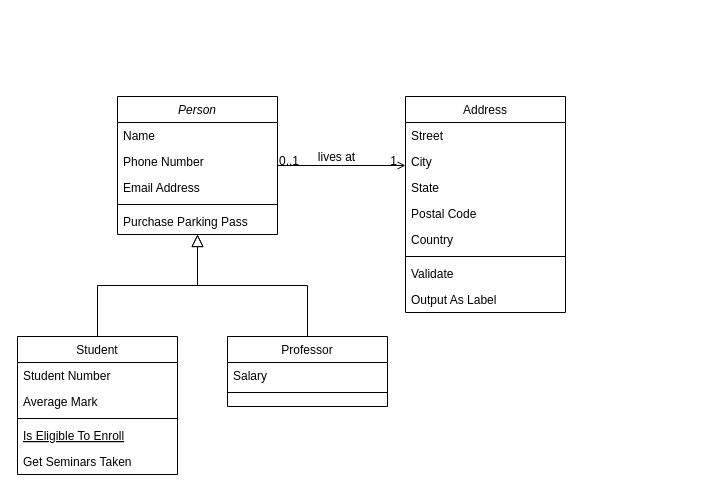
This is Untitled Diagram.drawio from morsy777/discrete-task, a draw.io file, before an edit. Source tidied: cells renumbered, new cells numbered last; positions are measured from the earlier drawing's top-left corner, leaving out a move shared by most shapes. Both pictures are drawn from the tidied source at 100%, with x=0, y=0 at pixel (17, 96).
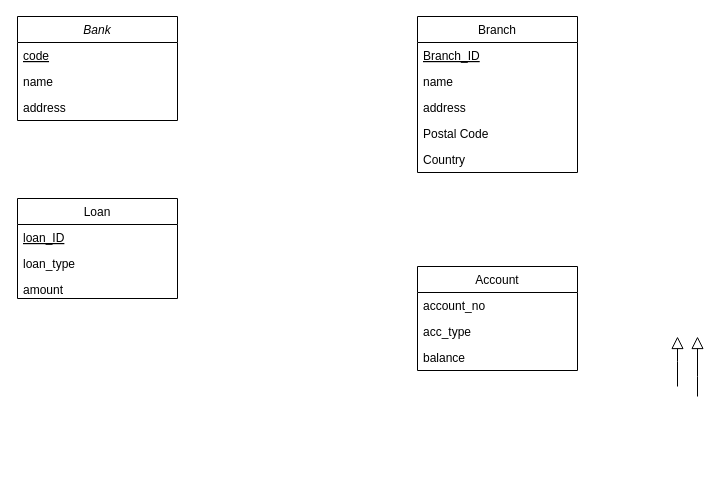
The same page after the edit.

The edit, as a diff of the source:
```diff
@@
-    <mxCell id="2" value="Person" style="swimlane;fontStyle=2;align=center;verticalAlign=top;horizontal=1;startSize=26;rounded=0;shadow=0;strokeWidth=1;" parent="1" vertex="1">
-      <mxGeometry x="100" width="160" height="138" as="geometry" />
+    <mxCell id="2" value="Bank" style="swimlane;fontStyle=2;align=center;verticalAlign=top;horizontal=1;startSize=26;rounded=0;shadow=0;strokeWidth=1;gradientColor=none;swimlaneFillColor=default;fontSize=12;" parent="1" vertex="1">
+      <mxGeometry y="-80" width="160" height="104" as="geometry" />
     </mxCell>
-    <mxCell id="3" value="Name" style="text;align=left;verticalAlign=top;spacingLeft=4;spacingRight=4;overflow=hidden;" parent="2" vertex="1">
+    <mxCell id="3" value="code" style="text;align=left;verticalAlign=top;spacingLeft=4;spacingRight=4;overflow=hidden;fontStyle=4;" parent="2" vertex="1">
       <mxGeometry y="26" width="160" height="26" as="geometry" />
     </mxCell>
-    <mxCell id="4" value="Phone Number" style="text;align=left;verticalAlign=top;spacingLeft=4;spacingRight=4;overflow=hidden;rounded=0;shadow=0;html=0;" parent="2" vertex="1">
+    <mxCell id="4" value="name" style="text;align=left;verticalAlign=top;spacingLeft=4;spacingRight=4;overflow=hidden;rounded=0;shadow=0;html=0;" parent="2" vertex="1">
       <mxGeometry y="52" width="160" height="26" as="geometry" />
     </mxCell>
-    <mxCell id="5" value="Email Address" style="text;align=left;verticalAlign=top;spacingLeft=4;spacingRight=4;overflow=hidden;rounded=0;shadow=0;html=0;" parent="2" vertex="1">
-      <mxGeometry y="78" width="160" height="26" as="geometry" />
-    </mxCell>
-    <mxCell id="6" style="line;html=1;strokeWidth=1;align=left;verticalAlign=middle;spacingTop=-1;spacingLeft=3;spacingRight=3;labelPosition=right;" parent="2" vertex="1">
-      <mxGeometry y="104" width="160" height="8" as="geometry" />
-    </mxCell>
-    <mxCell id="7" value="Purchase Parking Pass" style="text;align=left;verticalAlign=top;spacingLeft=4;spacingRight=4;overflow=hidden;" parent="2" vertex="1">
-      <mxGeometry y="112" width="160" height="26" as="geometry" />
-    </mxCell>
+    <mxCell id="32" value="address" style="text;align=left;verticalAlign=top;spacingLeft=4;spacingRight=4;overflow=hidden;rounded=0;shadow=0;html=0;" parent="2" vertex="1">
+      <mxGeometry y="78" width="160" height="26" as="geometry" />
+    </mxCell>
-    <mxCell id="8" value="Student" style="swimlane;fontStyle=0;align=center;verticalAlign=top;horizontal=1;startSize=26;rounded=0;shadow=0;strokeWidth=1;" parent="1" vertex="1">
-      <mxGeometry y="240" width="160" height="138" as="geometry" />
+    <mxCell id="8" value="Loan" style="swimlane;fontStyle=0;align=center;verticalAlign=top;horizontal=1;startSize=26;rounded=0;shadow=0;strokeWidth=1;swimlaneFillColor=default;strokeColor=#000000;" parent="1" vertex="1">
+      <mxGeometry y="102" width="160" height="100" as="geometry" />
     </mxCell>
-    <mxCell id="9" value="Student Number" style="text;align=left;verticalAlign=top;spacingLeft=4;spacingRight=4;overflow=hidden;" parent="8" vertex="1">
+    <mxCell id="9" value="loan_ID" style="text;align=left;verticalAlign=top;spacingLeft=4;spacingRight=4;overflow=hidden;fontStyle=4;" parent="8" vertex="1">
       <mxGeometry y="26" width="160" height="26" as="geometry" />
     </mxCell>
-    <mxCell id="10" value="Average Mark" style="text;align=left;verticalAlign=top;spacingLeft=4;spacingRight=4;overflow=hidden;rounded=0;shadow=0;html=0;" parent="8" vertex="1">
+    <mxCell id="10" value="loan_type" style="text;align=left;verticalAlign=top;spacingLeft=4;spacingRight=4;overflow=hidden;rounded=0;shadow=0;html=0;" parent="8" vertex="1">
       <mxGeometry y="52" width="160" height="26" as="geometry" />
     </mxCell>
-    <mxCell id="11" style="line;html=1;strokeWidth=1;align=left;verticalAlign=middle;spacingTop=-1;spacingLeft=3;spacingRight=3;labelPosition=right;" parent="8" vertex="1">
-      <mxGeometry y="78" width="160" height="8" as="geometry" />
-    </mxCell>
-    <mxCell id="12" value="Is Eligible To Enroll" style="text;align=left;verticalAlign=top;spacingLeft=4;spacingRight=4;overflow=hidden;fontStyle=4;" parent="8" vertex="1">
-      <mxGeometry y="86" width="160" height="26" as="geometry" />
-    </mxCell>
-    <mxCell id="13" value="Get Seminars Taken" style="text;align=left;verticalAlign=top;spacingLeft=4;spacingRight=4;overflow=hidden;" parent="8" vertex="1">
-      <mxGeometry y="112" width="160" height="26" as="geometry" />
+    <mxCell id="13" value="amount" style="text;align=left;verticalAlign=top;spacingLeft=4;spacingRight=4;overflow=hidden;" parent="8" vertex="1">
+      <mxGeometry y="78" width="160" height="22" as="geometry" />
     </mxCell>
-    <mxCell id="14" style="endArrow=block;endSize=10;endFill=0;shadow=0;strokeWidth=1;rounded=0;edgeStyle=elbowEdgeStyle;elbow=vertical;" parent="1" edge="1" source="8" target="2">
-      <mxGeometry relative="1" as="geometry" />
+    <mxCell id="14" style="endArrow=block;endSize=10;endFill=0;shadow=0;strokeWidth=1;rounded=0;edgeStyle=elbowEdgeStyle;elbow=vertical;" parent="1" edge="1">
+      <mxGeometry relative="1" as="geometry">
+        <mxPoint x="680" y="300" as="sourcePoint" />
+        <mxPoint x="680" y="240" as="targetPoint" />
+        <Array as="points">
+          <mxPoint x="680" y="280" />
+        </Array>
+      </mxGeometry>
     </mxCell>
-    <mxCell id="15" value="Professor" style="swimlane;fontStyle=0;align=center;verticalAlign=top;horizontal=1;startSize=26;rounded=0;shadow=0;strokeWidth=1;" parent="1" vertex="1">
-      <mxGeometry x="210" y="240" width="160" height="70" as="geometry" />
+    <mxCell id="15" value="Account" style="swimlane;fontStyle=0;align=center;verticalAlign=top;horizontal=1;startSize=26;rounded=0;shadow=0;strokeWidth=1;swimlaneFillColor=default;" parent="1" vertex="1">
+      <mxGeometry x="400" y="170" width="160" height="104" as="geometry" />
     </mxCell>
-    <mxCell id="16" value="Salary" style="text;align=left;verticalAlign=top;spacingLeft=4;spacingRight=4;overflow=hidden;" parent="15" vertex="1">
+    <mxCell id="16" value="account_no" style="text;align=left;verticalAlign=top;spacingLeft=4;spacingRight=4;overflow=hidden;" parent="15" vertex="1">
       <mxGeometry y="26" width="160" height="26" as="geometry" />
     </mxCell>
-    <mxCell id="17" style="line;html=1;strokeWidth=1;align=left;verticalAlign=middle;spacingTop=-1;spacingLeft=3;spacingRight=3;labelPosition=right;" parent="15" vertex="1">
-      <mxGeometry y="52" width="160" height="8" as="geometry" />
-    </mxCell>
+    <mxCell id="33" value="acc_type" style="text;align=left;verticalAlign=top;spacingLeft=4;spacingRight=4;overflow=hidden;" parent="15" vertex="1">
+      <mxGeometry y="52" width="160" height="26" as="geometry" />
+    </mxCell>
+    <mxCell id="34" value="balance" style="text;align=left;verticalAlign=top;spacingLeft=4;spacingRight=4;overflow=hidden;" parent="15" vertex="1">
+      <mxGeometry y="78" width="160" height="26" as="geometry" />
+    </mxCell>
-    <mxCell id="18" style="endArrow=block;endSize=10;endFill=0;shadow=0;strokeWidth=1;rounded=0;edgeStyle=elbowEdgeStyle;elbow=vertical;" parent="1" edge="1" source="15" target="2">
-      <mxGeometry relative="1" as="geometry" />
+    <mxCell id="18" style="endArrow=block;endSize=10;endFill=0;shadow=0;strokeWidth=1;rounded=0;edgeStyle=elbowEdgeStyle;elbow=vertical;" parent="1" edge="1">
+      <mxGeometry relative="1" as="geometry">
+        <mxPoint x="660" y="290" as="sourcePoint" />
+        <mxPoint x="660" y="240" as="targetPoint" />
+      </mxGeometry>
     </mxCell>
-    <mxCell id="19" value="Address" style="swimlane;fontStyle=0;align=center;verticalAlign=top;horizontal=1;startSize=26;rounded=0;shadow=0;strokeWidth=1;" parent="1" vertex="1">
-      <mxGeometry x="388" width="160" height="216" as="geometry" />
+    <mxCell id="19" value="Branch" style="swimlane;fontStyle=0;align=center;verticalAlign=top;horizontal=1;startSize=26;rounded=0;shadow=0;strokeWidth=1;swimlaneFillColor=default;" parent="1" vertex="1">
+      <mxGeometry x="400" y="-80" width="160" height="156" as="geometry" />
     </mxCell>
-    <mxCell id="20" value="Street" style="text;align=left;verticalAlign=top;spacingLeft=4;spacingRight=4;overflow=hidden;" parent="19" vertex="1">
+    <mxCell id="20" value="Branch_ID" style="text;align=left;verticalAlign=top;spacingLeft=4;spacingRight=4;overflow=hidden;fontStyle=4;" parent="19" vertex="1">
       <mxGeometry y="26" width="160" height="26" as="geometry" />
     </mxCell>
-    <mxCell id="21" value="City" style="text;align=left;verticalAlign=top;spacingLeft=4;spacingRight=4;overflow=hidden;rounded=0;shadow=0;html=0;" parent="19" vertex="1">
+    <mxCell id="21" value="name" style="text;align=left;verticalAlign=top;spacingLeft=4;spacingRight=4;overflow=hidden;rounded=0;shadow=0;html=0;" parent="19" vertex="1">
       <mxGeometry y="52" width="160" height="26" as="geometry" />
     </mxCell>
-    <mxCell id="22" value="State" style="text;align=left;verticalAlign=top;spacingLeft=4;spacingRight=4;overflow=hidden;rounded=0;shadow=0;html=0;" parent="19" vertex="1">
+    <mxCell id="22" value="address" style="text;align=left;verticalAlign=top;spacingLeft=4;spacingRight=4;overflow=hidden;rounded=0;shadow=0;html=0;" parent="19" vertex="1">
       <mxGeometry y="78" width="160" height="26" as="geometry" />
     </mxCell>
@@
-    <mxCell id="25" style="line;html=1;strokeWidth=1;align=left;verticalAlign=middle;spacingTop=-1;spacingLeft=3;spacingRight=3;labelPosition=right;" parent="19" vertex="1">
-      <mxGeometry y="156" width="160" height="8" as="geometry" />
-    </mxCell>
-    <mxCell id="26" value="Validate" style="text;align=left;verticalAlign=top;spacingLeft=4;spacingRight=4;overflow=hidden;" parent="19" vertex="1">
-      <mxGeometry y="164" width="160" height="26" as="geometry" />
-    </mxCell>
-    <mxCell id="27" value="Output As Label" style="text;align=left;verticalAlign=top;spacingLeft=4;spacingRight=4;overflow=hidden;" parent="19" vertex="1">
-      <mxGeometry y="190" width="160" height="26" as="geometry" />
-    </mxCell>
-    <mxCell id="28" style="endArrow=open;shadow=0;strokeWidth=1;rounded=0;endFill=1;edgeStyle=elbowEdgeStyle;elbow=vertical;" parent="1" edge="1" source="2" target="19">
-      <mxGeometry x="0.5" y="41" relative="1" as="geometry">
-        <mxPoint x="-40" y="32" as="offset" />
-      </mxGeometry>
-    </mxCell>
-    <mxCell id="29" value="0..1" style="align=left;verticalAlign=bottom;labelBackgroundColor=none;fontSize=12;" parent="28" vertex="1">
-      <mxGeometry x="-1" relative="1" as="geometry">
-        <mxPoint y="4" as="offset" />
-      </mxGeometry>
-    </mxCell>
-    <mxCell id="30" value="1" style="align=right;verticalAlign=bottom;labelBackgroundColor=none;fontSize=12;" parent="28" vertex="1">
-      <mxGeometry x="1" relative="1" as="geometry">
-        <mxPoint x="-7" y="4" as="offset" />
-      </mxGeometry>
-    </mxCell>
-    <mxCell id="31" value="lives at" style="text;html=1;align=center;verticalAlign=middle;labelBackgroundColor=none;rounded=0;shadow=0;strokeWidth=1;fontSize=12;" parent="28" vertex="1">
-      <mxGeometry x="0.5" y="49" relative="1" as="geometry">
-        <mxPoint x="-38" y="40" as="offset" />
-      </mxGeometry>
-    </mxCell>
```
